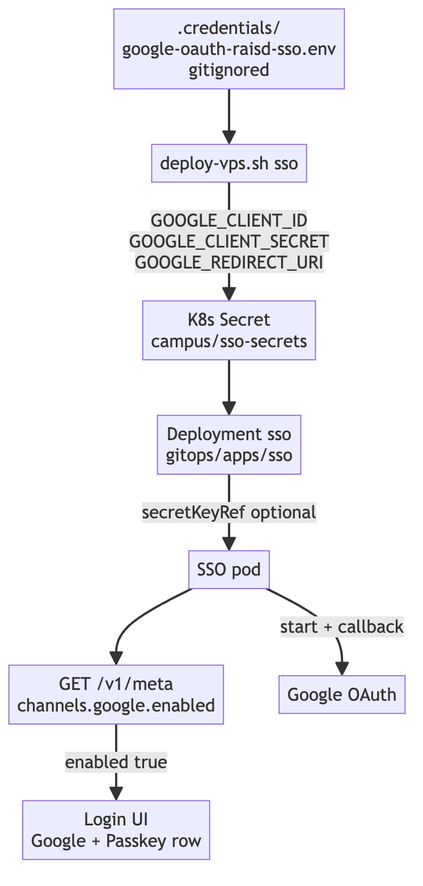
Above: diagrams/sso/images/04-secrets-and-enable.png in raisd-campus/portal-api-docs (Mermaid), before the change. Its source is kept beside it as diagrams/sso/mermaid/04-secrets-and-enable.mmd.
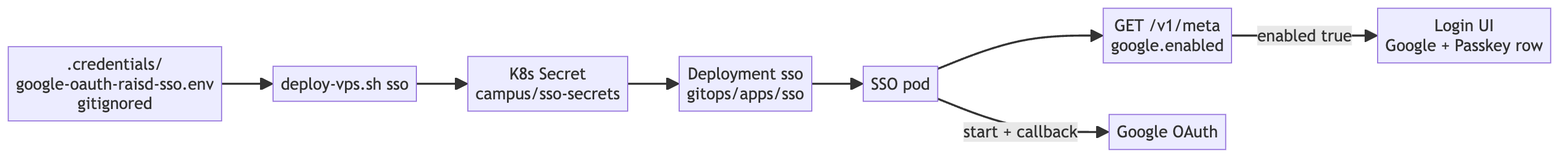
The same file after the commit.

Diff of the diagram source:
```diff
@@ -1,16 +1,9 @@
-flowchart TB
+flowchart LR
   CRED[".credentials/<br/>google-oauth-raisd-sso.env<br/>gitignored"]
-  DEPLOY["deploy-vps.sh sso"]
-  SECRET["K8s Secret<br/>campus/sso-secrets"]
-  DEP["Deployment sso<br/>gitops/apps/sso"]
-  POD["SSO pod"]
-  META["GET /v1/meta<br/>channels.google.enabled"]
-  UI["Login UI<br/>Google + Passkey row"]
-
-  CRED --> DEPLOY
-  DEPLOY -->|"GOOGLE_CLIENT_ID<br/>GOOGLE_CLIENT_SECRET<br/>GOOGLE_REDIRECT_URI"| SECRET
-  SECRET --> DEP
-  DEP -->|"secretKeyRef optional"| POD
-  POD --> META
-  META -->|"enabled true"| UI
+  --> DEPLOY["deploy-vps.sh sso"]
+  --> SECRET["K8s Secret<br/>campus/sso-secrets"]
+  --> DEP["Deployment sso<br/>gitops/apps/sso"]
+  --> POD["SSO pod"]
+  POD --> META["GET /v1/meta<br/>google.enabled"]
+  META -->|"enabled true"| UI["Login UI<br/>Google + Passkey row"]
   POD -->|"start + callback"| GOOGLE[Google OAuth]
```
